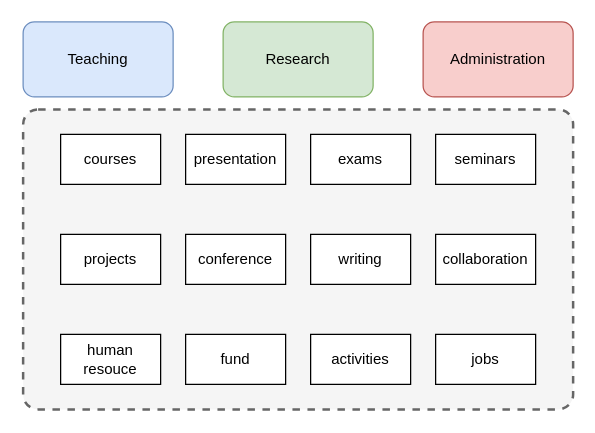
Above: page "vision" (6 of 7) of Fig_CS/source-file/personal.drawio in jizhang02/Figure-Factory (draw.io), before the change. Source tidied: cells renumbered, new cells numbered last; positions are measured from the earlier drawing's top-left corner, leaving out a move shared by most shapes. Both pictures are drawn from the tidied source at 125%, with x=0, y=0 at pixel (22, 21).
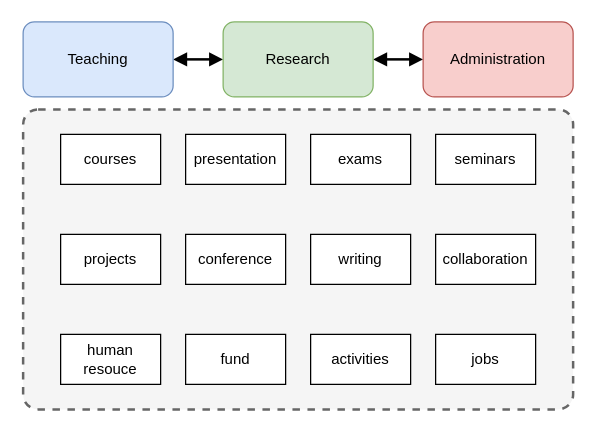
After the change.

Diff of the diagram source:
```diff
@@
 <mxGraphModel>
   <root>
     <mxCell id="0" />
     <mxCell id="1" parent="0" />
     <mxCell id="2" style="rounded=1;whiteSpace=wrap;html=1;fillColor=#f5f5f5;arcSize=5;dashed=1;strokeWidth=2;fontColor=#333333;strokeColor=#666666;" parent="1" vertex="1">
       <mxGeometry y="70" width="440" height="240" as="geometry" />
     </mxCell>
+    <mxCell id="18" style="edgeStyle=orthogonalEdgeStyle;rounded=0;jettySize=auto;html=1;endArrow=block;endFill=1;startArrow=block;startFill=1;strokeWidth=2;" parent="1" edge="1" source="3" target="4">
+      <mxGeometry relative="1" as="geometry" />
+    </mxCell>
     <mxCell id="3" value="Teaching" style="rounded=1;whiteSpace=wrap;html=1;fillColor=#dae8fc;strokeColor=#6c8ebf;" parent="1" vertex="1">
       <mxGeometry width="120" height="60" as="geometry" />
     </mxCell>
+    <mxCell id="19" style="edgeStyle=orthogonalEdgeStyle;rounded=0;jettySize=auto;html=1;startArrow=block;startFill=1;endArrow=block;endFill=1;strokeWidth=2;" parent="1" edge="1" source="4" target="5">
+      <mxGeometry relative="1" as="geometry" />
+    </mxCell>
     <mxCell id="4" value="Research" style="rounded=1;whiteSpace=wrap;html=1;fillColor=#d5e8d4;strokeColor=#82b366;" parent="1" vertex="1">
       <mxGeometry x="160" width="120" height="60" as="geometry" />
     </mxCell>
     <mxCell id="5" value="Administration" style="rounded=1;whiteSpace=wrap;html=1;fillColor=#f8cecc;strokeColor=#b85450;" parent="1" vertex="1">
       <mxGeometry x="320" width="120" height="60" as="geometry" />
     </mxCell>
     <mxCell id="6" value="courses" style="rounded=0;whiteSpace=wrap;html=1;" parent="1" vertex="1">
       <mxGeometry x="30" y="90" width="80" height="40" as="geometry" />
     </mxCell>
     <mxCell id="7" value="projects" style="rounded=0;whiteSpace=wrap;html=1;" parent="1" vertex="1">
       <mxGeometry x="30" y="170" width="80" height="40" as="geometry" />
     </mxCell>
     <mxCell id="8" value="human resouce" style="rounded=0;whiteSpace=wrap;html=1;" parent="1" vertex="1">
       <mxGeometry x="30" y="250" width="80" height="40" as="geometry" />
     </mxCell>
     <mxCell id="9" value="fund" style="rounded=0;whiteSpace=wrap;html=1;" parent="1" vertex="1">
       <mxGeometry x="130" y="250" width="80" height="40" as="geometry" />
     </mxCell>
     <mxCell id="10" value="conference" style="rounded=0;whiteSpace=wrap;html=1;" parent="1" vertex="1">
       <mxGeometry x="130" y="170" width="80" height="40" as="geometry" />
     </mxCell>
     <mxCell id="11" value="writing" style="rounded=0;whiteSpace=wrap;html=1;" parent="1" vertex="1">
       <mxGeometry x="230" y="170" width="80" height="40" as="geometry" />
     </mxCell>
     <mxCell id="12" value="presentation" style="rounded=0;whiteSpace=wrap;html=1;" parent="1" vertex="1">
       <mxGeometry x="130" y="90" width="80" height="40" as="geometry" />
     </mxCell>
     <mxCell id="13" value="exams" style="rounded=0;whiteSpace=wrap;html=1;" parent="1" vertex="1">
       <mxGeometry x="230" y="90" width="80" height="40" as="geometry" />
     </mxCell>
     <mxCell id="14" value="seminars" style="rounded=0;whiteSpace=wrap;html=1;" parent="1" vertex="1">
       <mxGeometry x="330" y="90" width="80" height="40" as="geometry" />
     </mxCell>
     <mxCell id="15" value="collaboration" style="rounded=0;whiteSpace=wrap;html=1;" parent="1" vertex="1">
       <mxGeometry x="330" y="170" width="80" height="40" as="geometry" />
     </mxCell>
     <mxCell id="16" value="activities" style="rounded=0;whiteSpace=wrap;html=1;" parent="1" vertex="1">
       <mxGeometry x="230" y="250" width="80" height="40" as="geometry" />
     </mxCell>
     <mxCell id="17" value="jobs" style="rounded=0;whiteSpace=wrap;html=1;" parent="1" vertex="1">
       <mxGeometry x="330" y="250" width="80" height="40" as="geometry" />
     </mxCell>
   </root>
 </mxGraphModel>
```
